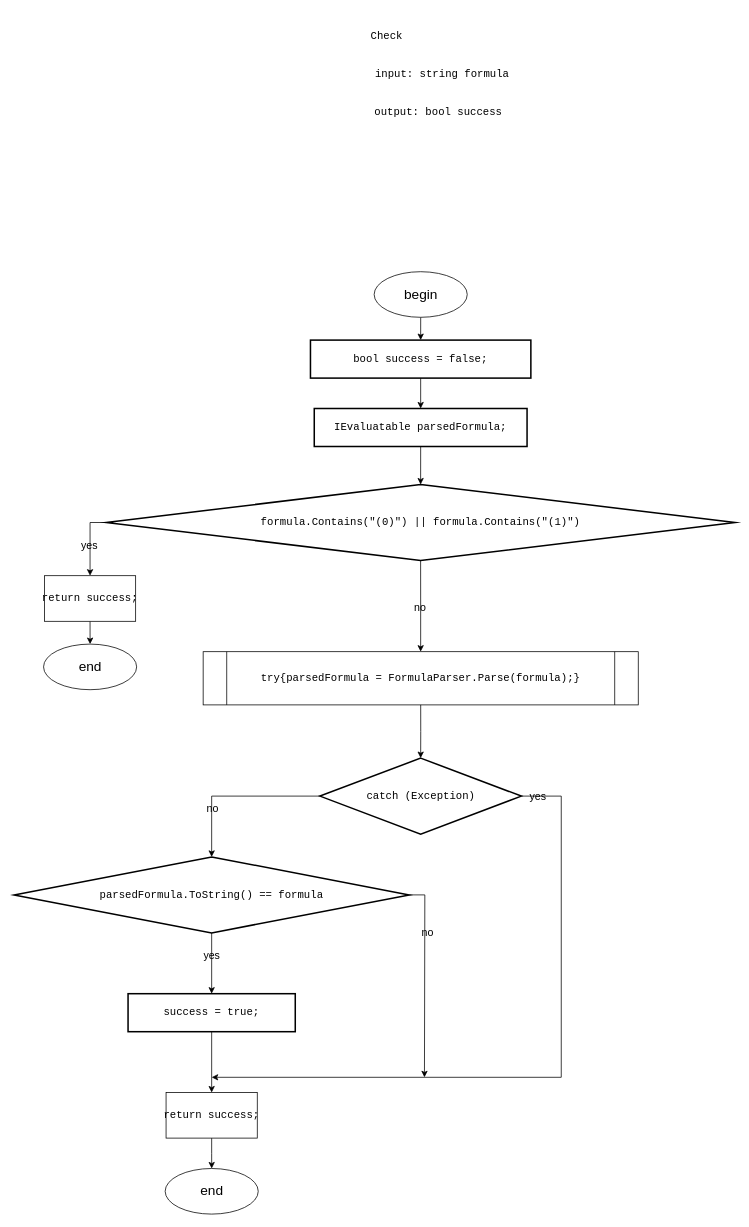
Before: Diagrams/FormulaStringChecker.drawio in slavikovics/FictionalVariables, a draw.io diagram. Source tidied: cells renumbered, new cells numbered last; positions are measured from the earlier drawing's top-left corner, leaving out a move shared by most shapes. Both pictures are drawn from the tidied source at 76%, with x=0, y=0 at pixel (14, 13).
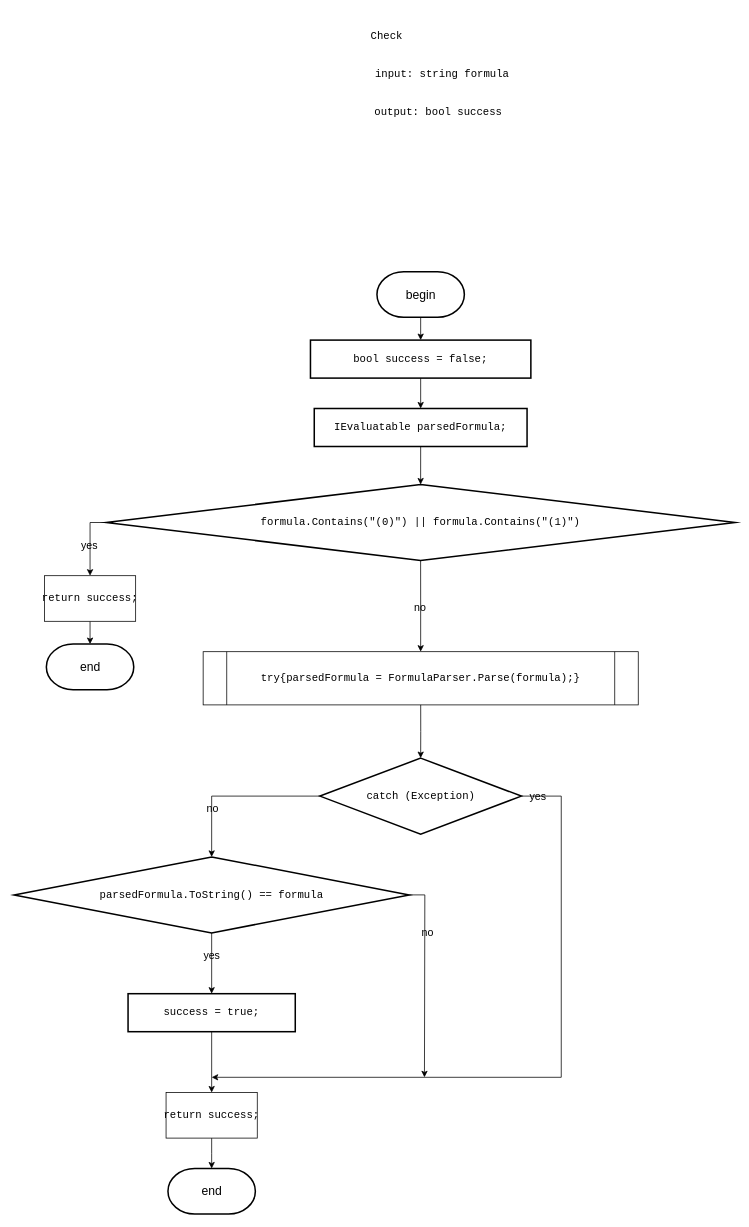
Above is the later version.

Unchanged cells that the change refers to:
```xml
<mxCell id="4" value="&lt;div style=&quot;&quot;&gt;&lt;pre style=&quot;font-family: &amp;quot;JetBrains Mono&amp;quot;, monospace;&quot;&gt;&lt;pre style=&quot;font-family: &amp;quot;JetBrains Mono&amp;quot;, monospace;&quot;&gt;&lt;pre style=&quot;font-family: &amp;quot;JetBrains Mono&amp;quot;, monospace;&quot;&gt;&lt;pre style=&quot;font-family: &amp;quot;JetBrains Mono&amp;quot;, monospace;&quot;&gt;&lt;pre style=&quot;font-family: &amp;quot;JetBrains Mono&amp;quot;, monospace;&quot;&gt;&lt;pre style=&quot;font-family: &amp;quot;JetBrains Mono&amp;quot;, monospace;&quot;&gt;&lt;div&gt;&lt;pre style=&quot;font-family: &amp;quot;JetBrains Mono&amp;quot;, monospace;&quot;&gt;&lt;span style=&quot;&quot;&gt;bool &lt;/span&gt;&lt;span style=&quot;&quot;&gt;success &lt;/span&gt;= &lt;span style=&quot;&quot;&gt;false&lt;/span&gt;;&lt;/pre&gt;&lt;/div&gt;&lt;/pre&gt;&lt;/pre&gt;&lt;/pre&gt;&lt;/pre&gt;&lt;/pre&gt;&lt;/pre&gt;&lt;/div&gt;" style="rounded=0;whiteSpace=wrap;html=1;absoluteArcSize=1;arcSize=14;strokeWidth=2;fontSize=14;labelBackgroundColor=none;fontColor=#000000;" parent="1" vertex="1">
  <mxGeometry x="390" y="430" width="290" height="50" as="geometry" />
</mxCell>
<mxCell id="29" value="&lt;div style=&quot;&quot;&gt;&lt;pre style=&quot;font-family: &amp;quot;JetBrains Mono&amp;quot;, monospace;&quot;&gt;&lt;span style=&quot;&quot;&gt;return &lt;/span&gt;success;&lt;/pre&gt;&lt;/div&gt;" style="rounded=0;whiteSpace=wrap;html=1;fontSize=14;labelBackgroundColor=none;fontColor=#000000;" parent="1" vertex="1">
  <mxGeometry x="40" y="740" width="120" height="60" as="geometry" />
</mxCell>
<mxCell id="31" value="&lt;div style=&quot;&quot;&gt;&lt;pre style=&quot;font-family: &amp;quot;JetBrains Mono&amp;quot;, monospace;&quot;&gt;&lt;span style=&quot;&quot;&gt;return &lt;/span&gt;success;&lt;/pre&gt;&lt;/div&gt;" style="rounded=0;whiteSpace=wrap;html=1;fontSize=14;labelBackgroundColor=none;fontColor=#000000;" parent="1" vertex="1">
  <mxGeometry x="200" y="1420" width="120" height="60" as="geometry" />
</mxCell>
```

What changed in the source:
```diff
@@
-    <mxCell id="28" style="edgeStyle=orthogonalEdgeStyle;rounded=0;jettySize=auto;html=1;exitX=0.5;exitY=1;exitDx=0;exitDy=0;entryX=0.5;entryY=0;entryDx=0;entryDy=0;" parent="1" edge="1" source="29" target="35">
-      <mxGeometry relative="1" as="geometry" />
+    <mxCell id="28" style="edgeStyle=orthogonalEdgeStyle;rounded=0;jettySize=auto;html=1;exitX=0.5;exitY=1;exitDx=0;exitDy=0;entryX=0.5;entryY=0;entryDx=0;entryDy=0;" parent="1" edge="1" source="29">
+      <mxGeometry relative="1" as="geometry">
+        <mxPoint x="100" y="830" as="targetPoint" />
+      </mxGeometry>
     </mxCell>
@@
-    <mxCell id="30" style="edgeStyle=orthogonalEdgeStyle;rounded=0;jettySize=auto;html=1;exitX=0.5;exitY=1;exitDx=0;exitDy=0;entryX=0.5;entryY=0;entryDx=0;entryDy=0;" parent="1" edge="1" source="31" target="34">
-      <mxGeometry relative="1" as="geometry" />
+    <mxCell id="30" style="edgeStyle=orthogonalEdgeStyle;rounded=0;jettySize=auto;html=1;exitX=0.5;exitY=1;exitDx=0;exitDy=0;entryX=0.5;entryY=0;entryDx=0;entryDy=0;" parent="1" edge="1" source="31">
+      <mxGeometry relative="1" as="geometry">
+        <mxPoint x="260" y="1520" as="targetPoint" />
+      </mxGeometry>
     </mxCell>
@@
-    <mxCell id="32" style="edgeStyle=orthogonalEdgeStyle;rounded=0;jettySize=auto;html=1;exitX=0.5;exitY=1;exitDx=0;exitDy=0;entryX=0.5;entryY=0;entryDx=0;entryDy=0;" parent="1" edge="1" source="33" target="4">
-      <mxGeometry relative="1" as="geometry" />
+    <mxCell id="32" style="edgeStyle=orthogonalEdgeStyle;rounded=0;jettySize=auto;html=1;exitX=0.5;exitY=1;exitDx=0;exitDy=0;entryX=0.5;entryY=0;entryDx=0;entryDy=0;" parent="1" edge="1" target="4">
+      <mxGeometry relative="1" as="geometry">
+        <mxPoint x="535" y="400" as="sourcePoint" />
+      </mxGeometry>
     </mxCell>
-    <mxCell id="33" value="&lt;font style=&quot;font-size: 18px;&quot;&gt;begin&lt;/font&gt;" style="ellipse;whiteSpace=wrap;html=1;" parent="1" vertex="1">
-      <mxGeometry x="473.8" y="340" width="122.5" height="60" as="geometry" />
+    <mxCell id="33" value="&lt;font style=&quot;font-size: 16px;&quot;&gt;begin&lt;/font&gt;" style="strokeWidth=2;html=1;shape=mxgraph.flowchart.terminator;whiteSpace=wrap;" parent="1" vertex="1">
+      <mxGeometry x="477.5" y="340" width="115" height="60" as="geometry" />
     </mxCell>
-    <mxCell id="34" value="&lt;font style=&quot;font-size: 18px;&quot;&gt;end&lt;/font&gt;" style="ellipse;whiteSpace=wrap;html=1;" parent="1" vertex="1">
-      <mxGeometry x="198.8" y="1520" width="122.5" height="60" as="geometry" />
-    </mxCell>
-    <mxCell id="35" value="&lt;font style=&quot;font-size: 18px;&quot;&gt;end&lt;/font&gt;" style="ellipse;whiteSpace=wrap;html=1;" parent="1" vertex="1">
-      <mxGeometry x="38.8" y="830" width="122.5" height="60" as="geometry" />
-    </mxCell>
+    <mxCell id="36" value="&lt;font style=&quot;font-size: 16px;&quot;&gt;end&lt;/font&gt;" style="strokeWidth=2;html=1;shape=mxgraph.flowchart.terminator;whiteSpace=wrap;" parent="1" vertex="1">
+      <mxGeometry x="42.5" y="830" width="115" height="60" as="geometry" />
+    </mxCell>
+    <mxCell id="37" value="&lt;font style=&quot;font-size: 16px;&quot;&gt;end&lt;/font&gt;" style="strokeWidth=2;html=1;shape=mxgraph.flowchart.terminator;whiteSpace=wrap;" parent="1" vertex="1">
+      <mxGeometry x="202.5" y="1520" width="115" height="60" as="geometry" />
+    </mxCell>
```
